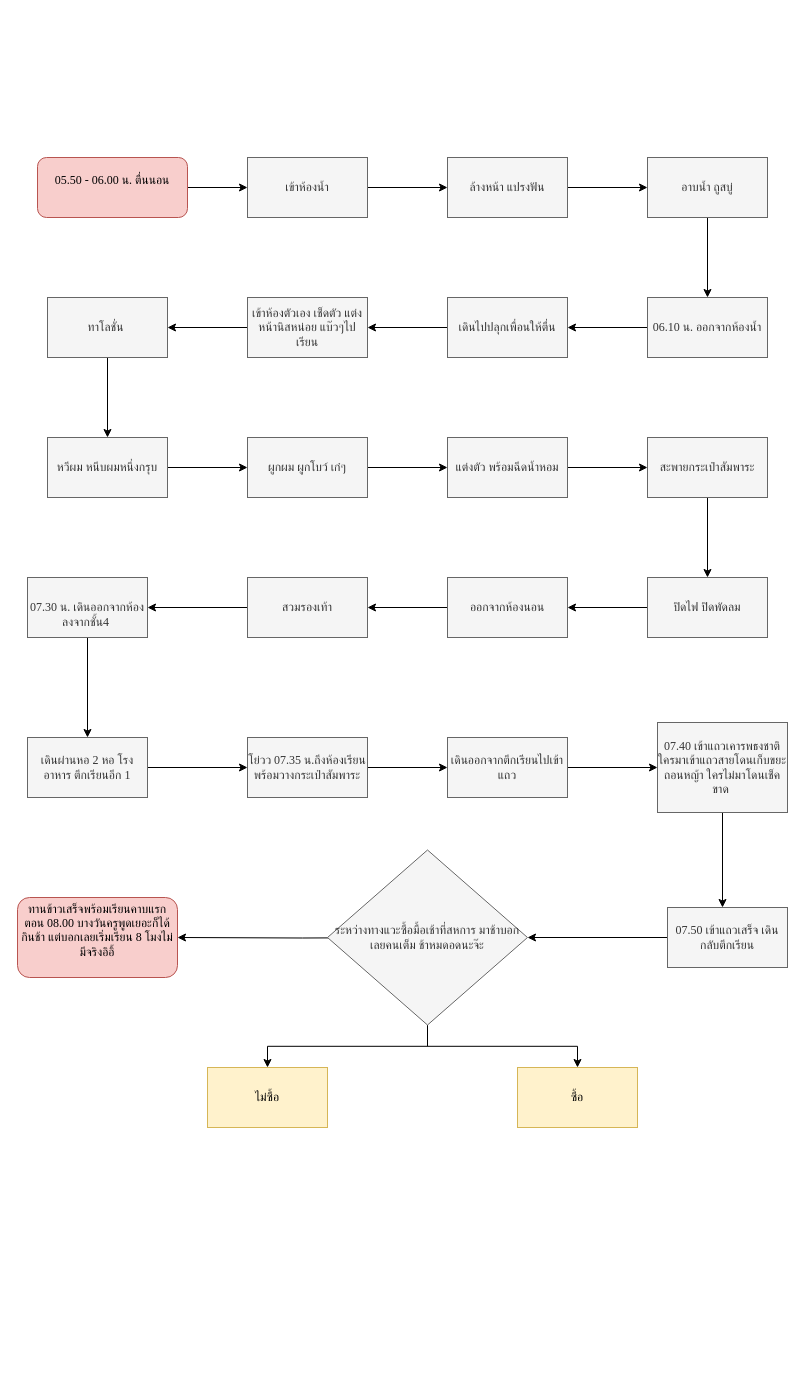
Earlier version of the draw.io diagram Untitled Diagram.drawio (porzsche/suchanan-porsche). Source tidied: cells renumbered, new cells numbered last; positions are measured from the earlier drawing's top-left corner, leaving out a move shared by most shapes. Both pictures are drawn from the tidied source at 100%, with x=0, y=0 at pixel (17, 157).
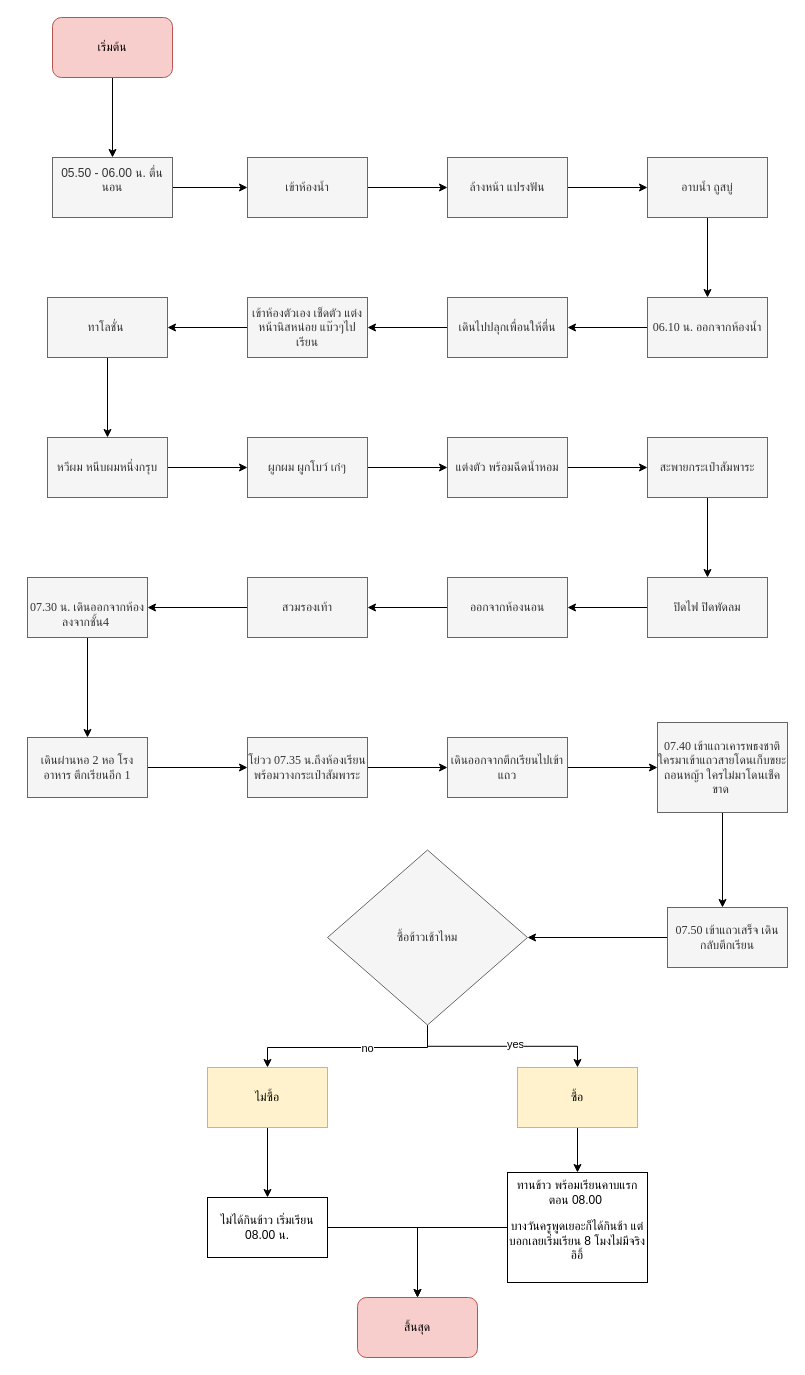
The same diagram, later.

Unchanged cells that the change refers to:
```xml
<mxCell id="5" value="&lt;p&gt;เข้าห้องน้ำ&lt;/p&gt;" style="rounded=0;whiteSpace=wrap;html=1;fontFamily=Garamond;fontSize=12;align=center;fillColor=#f5f5f5;fontColor=#333333;strokeColor=#666666;" parent="1" vertex="1">
  <mxGeometry x="230" width="120" height="60" as="geometry" />
</mxCell>
<mxCell id="46" style="edgeStyle=orthogonalEdgeStyle;rounded=0;jettySize=auto;html=1;" parent="1" edge="1" source="48" target="49">
  <mxGeometry relative="1" as="geometry" />
</mxCell>
<mxCell id="49" value="ซื้อ" style="whiteSpace=wrap;html=1;fontFamily=Garamond;fillColor=#fff2cc;strokeColor=#d6b656;rounded=0;" parent="1" vertex="1">
  <mxGeometry x="500" y="910" width="120" height="60" as="geometry" />
</mxCell>
<mxCell id="50" value="ไม่ซื้อ" style="whiteSpace=wrap;html=1;fontFamily=Garamond;fillColor=#fff2cc;strokeColor=#d6b656;rounded=0;" parent="1" vertex="1">
  <mxGeometry x="190" y="910" width="120" height="60" as="geometry" />
</mxCell>
```

Change to the diagram source:
```diff
@@
-    <mxCell id="2" style="edgeStyle=orthogonalEdgeStyle;rounded=0;jettySize=auto;html=1;fontFamily=Garamond;fontSize=12;" parent="1" edge="1" source="3" target="5">
-      <mxGeometry relative="1" as="geometry" />
-    </mxCell>
-    <mxCell id="3" value="&lt;p style=&quot;font-size: 12px;&quot;&gt;05.50 - 06.00 น. ตื่นนอน&lt;/p&gt;&lt;div style=&quot;font-size: 12px;&quot;&gt;&lt;br style=&quot;font-size: 12px;&quot;&gt;&lt;/div&gt;" style="rounded=1;whiteSpace=wrap;html=1;perimeterSpacing=0;align=center;fontSize=12;fontFamily=Garamond;fillColor=#f8cecc;strokeColor=#b85450;" parent="1" vertex="1">
-      <mxGeometry x="20" width="150" height="60" as="geometry" />
-    </mxCell>
@@
-    <mxCell id="44" style="edgeStyle=orthogonalEdgeStyle;rounded=0;jettySize=auto;html=1;fontFamily=Garamond;fontSize=12;" parent="1" edge="1" target="45">
-      <mxGeometry relative="1" as="geometry">
-        <mxPoint x="410" y="780" as="sourcePoint" />
-      </mxGeometry>
-    </mxCell>
-    <mxCell id="45" value="&lt;p&gt;ทานข้าวเสร็จพร้อมเรียนคาบแรกตอน 08.00 บางวันครูพูดเยอะก็ได้กินช้า แต่บอกเลยเริ่มเรียน 8 โมงไม่มีจริงอิอิ้&lt;/p&gt;&lt;div&gt;&lt;br&gt;&lt;/div&gt;" style="rounded=1;whiteSpace=wrap;html=1;fontFamily=Garamond;fontSize=12;fillColor=#f8cecc;strokeColor=#b85450;" parent="1" vertex="1">
-      <mxGeometry y="740" width="160" height="80" as="geometry" />
-    </mxCell>
@@
+    <mxCell id="51" value="yes" style="edgeLabel;html=1;align=center;verticalAlign=middle;" parent="46" vertex="1">
+      <mxGeometry x="0.13" y="2" relative="1" as="geometry" />
+    </mxCell>
     <mxCell id="47" style="edgeStyle=orthogonalEdgeStyle;rounded=0;jettySize=auto;html=1;" parent="1" edge="1" source="48" target="50">
-      <mxGeometry relative="1" as="geometry" />
+      <mxGeometry relative="1" as="geometry">
+        <Array as="points">
+          <mxPoint x="410" y="890" />
+          <mxPoint x="250" y="890" />
+        </Array>
+      </mxGeometry>
     </mxCell>
+    <mxCell id="52" value="no" style="edgeLabel;html=1;align=center;verticalAlign=middle;" parent="47" vertex="1">
+      <mxGeometry x="-0.18" relative="1" as="geometry" />
+    </mxCell>
-    <mxCell id="48" value="ระหว่างทางแวะซื้อมื้อเช้าที่สหการ มาช้าบอกเลยคนเต็ม ช้าหมดอดนะจ๊ะ" style="rhombus;whiteSpace=wrap;html=1;fontFamily=Garamond;fillColor=#f5f5f5;strokeColor=#666666;fontColor=#333333;rounded=0;" parent="1" vertex="1">
+    <mxCell id="48" value="ซื้อข้าวเช้าไหม" style="rhombus;whiteSpace=wrap;html=1;fontFamily=Garamond;fillColor=#f5f5f5;strokeColor=#666666;fontColor=#333333;rounded=0;" parent="1" vertex="1">
       <mxGeometry x="310" y="692.5" width="200" height="175" as="geometry" />
     </mxCell>
+    <mxCell id="53" style="edgeStyle=orthogonalEdgeStyle;rounded=0;jettySize=auto;html=1;" parent="1" edge="1" source="49" target="59">
+      <mxGeometry relative="1" as="geometry" />
+    </mxCell>
@@
+    <mxCell id="54" style="edgeStyle=orthogonalEdgeStyle;rounded=0;jettySize=auto;html=1;" parent="1" edge="1" source="50" target="61">
+      <mxGeometry relative="1" as="geometry" />
+    </mxCell>
@@
+    <mxCell id="55" style="edgeStyle=orthogonalEdgeStyle;rounded=0;jettySize=auto;html=1;" parent="1" edge="1" source="56" target="3">
+      <mxGeometry relative="1" as="geometry" />
+    </mxCell>
+    <mxCell id="56" value="เริ่มต้น" style="whiteSpace=wrap;html=1;fontFamily=Garamond;fillColor=#f8cecc;strokeColor=#b85450;rounded=1;" parent="1" vertex="1">
+      <mxGeometry x="35" y="-140" width="120" height="60" as="geometry" />
+    </mxCell>
+    <mxCell id="2" style="edgeStyle=orthogonalEdgeStyle;rounded=0;jettySize=auto;html=1;" parent="1" edge="1" source="3" target="5">
+      <mxGeometry relative="1" as="geometry" />
+    </mxCell>
+    <mxCell id="3" value="&lt;p&gt;05.50 - 06.00 น. ตื่นนอน&lt;/p&gt;&lt;div&gt;&lt;br style=&quot;font-family: Garamond;&quot;&gt;&lt;/div&gt;" style="rounded=0;whiteSpace=wrap;html=1;fillColor=#f5f5f5;fontColor=#333333;strokeColor=#666666;" parent="1" vertex="1">
+      <mxGeometry x="35" width="120" height="60" as="geometry" />
+    </mxCell>
+    <mxCell id="57" value="สิ้นสุด" style="rounded=1;whiteSpace=wrap;html=1;fillColor=#f8cecc;strokeColor=#b85450;" parent="1" vertex="1">
+      <mxGeometry x="340" y="1140" width="120" height="60" as="geometry" />
+    </mxCell>
+    <mxCell id="58" style="edgeStyle=orthogonalEdgeStyle;rounded=0;jettySize=auto;html=1;" parent="1" edge="1" source="59" target="57">
+      <mxGeometry relative="1" as="geometry" />
+    </mxCell>
+    <mxCell id="59" value="&lt;p&gt;ทานข้าว พร้อมเรียนคาบแรกตอน 08.00&amp;nbsp;&lt;/p&gt;&lt;p&gt;บางวันครูพูดเยอะก็ได้กินช้า แต่บอกเลยเริ่มเรียน 8 โมงไม่มีจริงอิอิ้&lt;/p&gt;&lt;div&gt;&lt;br style=&quot;font-family: Garamond;&quot;&gt;&lt;/div&gt;" style="rounded=0;whiteSpace=wrap;html=1;" parent="1" vertex="1">
+      <mxGeometry x="490" y="1015" width="140" height="110" as="geometry" />
+    </mxCell>
+    <mxCell id="60" style="edgeStyle=orthogonalEdgeStyle;rounded=0;jettySize=auto;html=1;entryX=0.5;entryY=0;entryDx=0;entryDy=0;" parent="1" edge="1" source="61" target="57">
+      <mxGeometry relative="1" as="geometry" />
+    </mxCell>
+    <mxCell id="61" value="ไม่ได้กินข้าว เริ่มเรียน 08.00 น." style="rounded=0;whiteSpace=wrap;html=1;" parent="1" vertex="1">
+      <mxGeometry x="190" y="1040" width="120" height="60" as="geometry" />
+    </mxCell>
```
